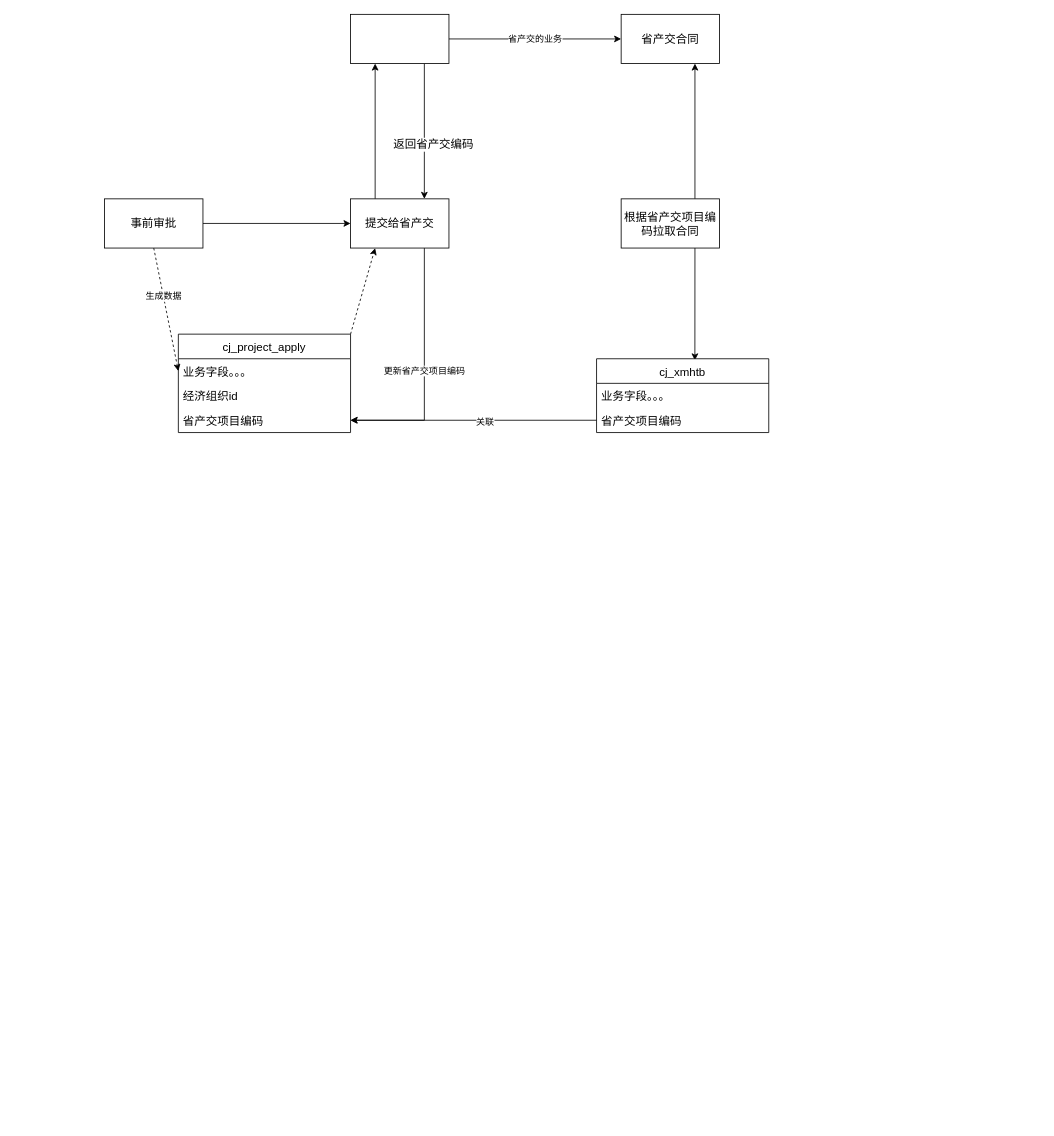
Before: 123图.drawio in k525056857/mfr, a draw.io diagram. Source tidied: cells renumbered, new cells numbered last; positions are measured from the earlier drawing's top-left corner, leaving out a move shared by most shapes. Both pictures are drawn from the tidied source at 82%, with x=0, y=0 at pixel (104, 14).
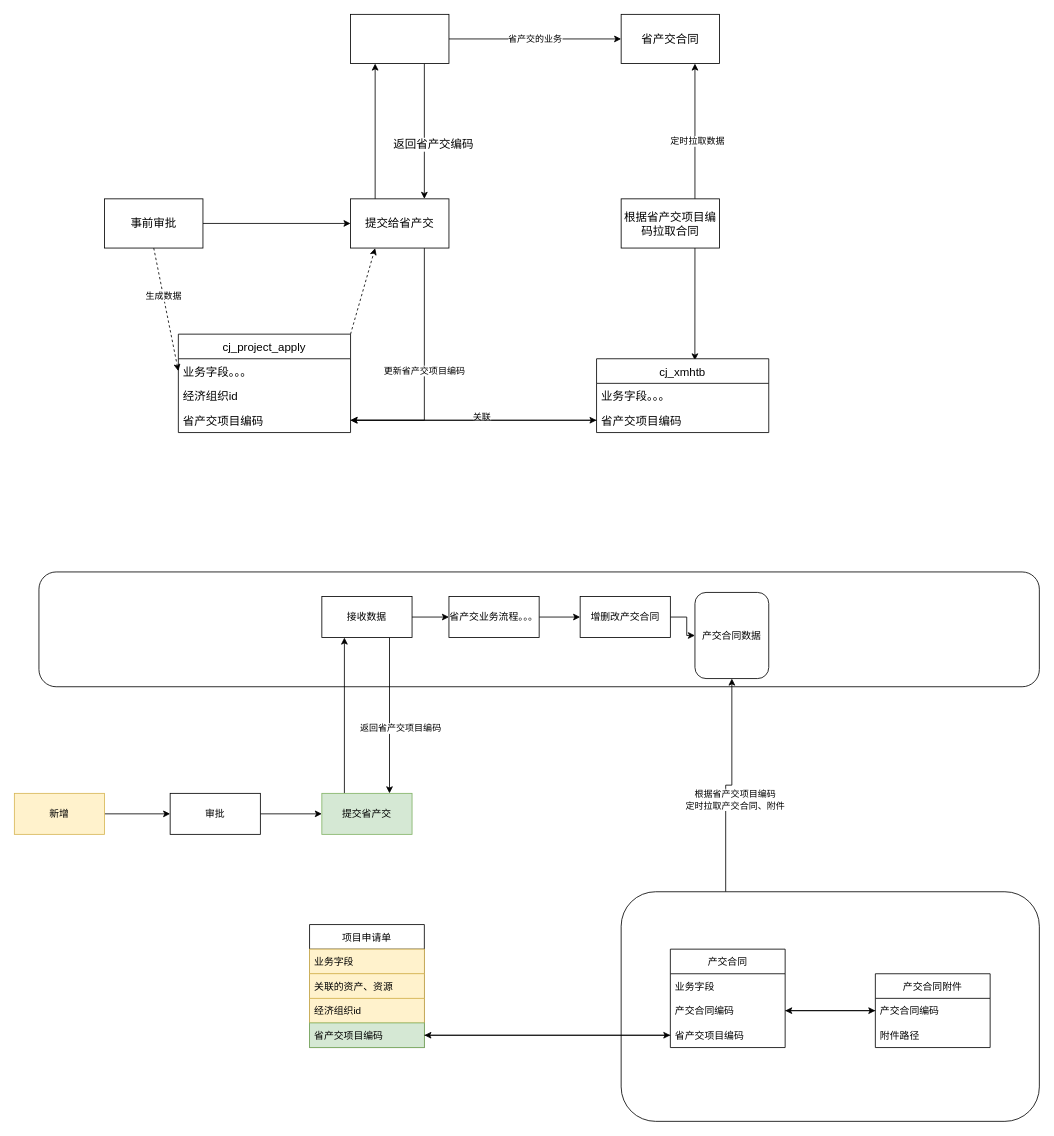
Above is the later version.

The change refers to these unchanged cells:
```xml
<mxCell id="17" value="省产交项目编码" style="text;strokeColor=none;fillColor=none;align=left;verticalAlign=middle;spacingLeft=4;spacingRight=4;overflow=hidden;points=[[0,0.5],[1,0.5]];portConstraint=eastwest;fontSize=14;" parent="14" vertex="1">
  <mxGeometry y="90" width="210" height="30" as="geometry" />
</mxCell>
<mxCell id="18" style="edgeStyle=none;rounded=0;jettySize=auto;html=1;exitX=0.75;exitY=0;exitDx=0;exitDy=0;entryX=0.75;entryY=1;entryDx=0;entryDy=0;" parent="1" edge="1" source="20" target="21">
  <mxGeometry relative="1" as="geometry" />
</mxCell>
<mxCell id="24" value="省产交项目编码" style="text;strokeColor=none;fillColor=none;align=left;verticalAlign=middle;spacingLeft=4;spacingRight=4;overflow=hidden;points=[[0,0.5],[1,0.5]];portConstraint=eastwest;fontSize=14;" parent="22" vertex="1">
  <mxGeometry y="60" width="210" height="30" as="geometry" />
</mxCell>
<mxCell id="25" style="edgeStyle=none;rounded=0;jettySize=auto;html=1;exitX=0;exitY=0.5;exitDx=0;exitDy=0;entryX=1;entryY=0.5;entryDx=0;entryDy=0;" parent="1" edge="1" source="24" target="17">
  <mxGeometry relative="1" as="geometry" />
</mxCell>
```

Change to the diagram source:
```diff
@@
+    <mxCell id="27" style="rounded=1;whiteSpace=wrap;html=1;" parent="1" vertex="1">
+      <mxGeometry x="-80" y="680" width="1220" height="140" as="geometry" />
+    </mxCell>
+    <mxCell id="28" style="edgeStyle=orthogonalEdgeStyle;rounded=0;jettySize=auto;html=1;exitX=0.25;exitY=0;exitDx=0;exitDy=0;" parent="1" edge="1" source="30" target="63">
+      <mxGeometry relative="1" as="geometry" />
+    </mxCell>
+    <mxCell id="29" value="根据省产交项目编码&lt;br&gt;定时拉取产交合同、附件" style="edgeLabel;html=1;align=center;verticalAlign=middle;" parent="28" vertex="1">
+      <mxGeometry x="0.12" y="1" relative="1" as="geometry">
+        <mxPoint x="4" y="30" as="offset" />
+      </mxGeometry>
+    </mxCell>
+    <mxCell id="30" style="rounded=1;whiteSpace=wrap;html=1;" parent="1" vertex="1">
+      <mxGeometry x="630" y="1070" width="510" height="280" as="geometry" />
+    </mxCell>
@@
+    <mxCell id="31" value="定时拉取数据" style="edgeLabel;html=1;align=center;verticalAlign=middle;" parent="18" vertex="1">
+      <mxGeometry x="-0.14" y="-2" relative="1" as="geometry" />
+    </mxCell>
@@
     <mxCell id="26" value="关联" style="edgeLabel;html=1;align=center;verticalAlign=middle;" parent="25" vertex="1">
-      <mxGeometry x="-0.09" y="1" relative="1" as="geometry" />
+      <mxGeometry x="-0.09" y="1" relative="1" as="geometry">
+        <mxPoint x="-4" y="-6" as="offset" />
+      </mxGeometry>
     </mxCell>
+    <mxCell id="32" style="edgeStyle=orthogonalEdgeStyle;rounded=0;jettySize=auto;html=1;exitX=1;exitY=0.5;exitDx=0;exitDy=0;entryX=0;entryY=0.5;entryDx=0;entryDy=0;" parent="1" edge="1" source="17" target="24">
+      <mxGeometry relative="1" as="geometry" />
+    </mxCell>
+    <mxCell id="33" value="项目申请单" style="swimlane;fontStyle=0;horizontal=1;startSize=30;" parent="1" vertex="1">
+      <mxGeometry x="250" y="1110" width="140" height="150" as="geometry" />
+    </mxCell>
+    <mxCell id="34" value="业务字段" style="text;strokeColor=#d6b656;fillColor=#fff2cc;align=left;verticalAlign=middle;spacingLeft=4;spacingRight=4;overflow=hidden;" parent="33" vertex="1">
+      <mxGeometry y="30" width="140" height="30" as="geometry" />
+    </mxCell>
+    <mxCell id="35" value="关联的资产、资源" style="text;strokeColor=#d6b656;fillColor=#fff2cc;align=left;verticalAlign=middle;spacingLeft=4;spacingRight=4;overflow=hidden;" parent="33" vertex="1">
+      <mxGeometry y="60" width="140" height="30" as="geometry" />
+    </mxCell>
+    <mxCell id="36" value="经济组织id" style="text;strokeColor=#d6b656;fillColor=#fff2cc;align=left;verticalAlign=middle;spacingLeft=4;spacingRight=4;overflow=hidden;" parent="33" vertex="1">
+      <mxGeometry y="90" width="140" height="30" as="geometry" />
+    </mxCell>
+    <mxCell id="37" value="省产交项目编码" style="text;strokeColor=#82b366;fillColor=#d5e8d4;align=left;verticalAlign=middle;spacingLeft=4;spacingRight=4;overflow=hidden;points=[[0,0.5],[1,0.5]];portConstraint=eastwest;" parent="33" vertex="1">
+      <mxGeometry y="120" width="140" height="30" as="geometry" />
+    </mxCell>
+    <mxCell id="38" value="产交合同" style="swimlane;fontStyle=0;horizontal=1;startSize=30;" parent="1" vertex="1">
+      <mxGeometry x="690" y="1140" width="140" height="120" as="geometry" />
+    </mxCell>
+    <mxCell id="39" value="业务字段" style="text;strokeColor=none;fillColor=none;align=left;verticalAlign=middle;spacingLeft=4;spacingRight=4;overflow=hidden;" parent="38" vertex="1">
+      <mxGeometry y="30" width="140" height="30" as="geometry" />
+    </mxCell>
+    <mxCell id="40" value="产交合同编码" style="text;strokeColor=none;fillColor=none;align=left;verticalAlign=middle;spacingLeft=4;spacingRight=4;overflow=hidden;points=[[0,0.5],[1,0.5]];portConstraint=eastwest;" parent="38" vertex="1">
+      <mxGeometry y="60" width="140" height="30" as="geometry" />
+    </mxCell>
+    <mxCell id="41" value="省产交项目编码" style="text;strokeColor=none;fillColor=none;align=left;verticalAlign=middle;spacingLeft=4;spacingRight=4;overflow=hidden;points=[[0,0.5],[1,0.5]];portConstraint=eastwest;" parent="38" vertex="1">
+      <mxGeometry y="90" width="140" height="30" as="geometry" />
+    </mxCell>
+    <mxCell id="42" value="产交合同附件" style="swimlane;fontStyle=0;horizontal=1;startSize=30;" parent="1" vertex="1">
+      <mxGeometry x="940" y="1170" width="140" height="90" as="geometry" />
+    </mxCell>
+    <mxCell id="43" value="产交合同编码" style="text;strokeColor=none;fillColor=none;align=left;verticalAlign=middle;spacingLeft=4;spacingRight=4;overflow=hidden;points=[[0,0.5],[1,0.5]];portConstraint=eastwest;" parent="42" vertex="1">
+      <mxGeometry y="30" width="140" height="30" as="geometry" />
+    </mxCell>
+    <mxCell id="44" value="附件路径" style="text;strokeColor=none;fillColor=none;align=left;verticalAlign=middle;spacingLeft=4;spacingRight=4;overflow=hidden;" parent="42" vertex="1">
+      <mxGeometry y="60" width="140" height="30" as="geometry" />
+    </mxCell>
+    <mxCell id="45" style="edgeStyle=orthogonalEdgeStyle;rounded=0;jettySize=auto;html=1;exitX=1;exitY=0.5;exitDx=0;exitDy=0;entryX=0;entryY=0.5;entryDx=0;entryDy=0;" parent="1" edge="1" source="40" target="43">
+      <mxGeometry relative="1" as="geometry" />
+    </mxCell>
+    <mxCell id="46" style="edgeStyle=orthogonalEdgeStyle;rounded=0;jettySize=auto;html=1;exitX=1;exitY=0.5;exitDx=0;exitDy=0;" parent="1" edge="1" source="37" target="41">
+      <mxGeometry relative="1" as="geometry" />
+    </mxCell>
+    <mxCell id="47" style="edgeStyle=orthogonalEdgeStyle;rounded=0;jettySize=auto;html=1;exitX=0;exitY=0.5;exitDx=0;exitDy=0;" parent="1" edge="1" source="41" target="37">
+      <mxGeometry relative="1" as="geometry" />
+    </mxCell>
+    <mxCell id="48" style="edgeStyle=orthogonalEdgeStyle;rounded=0;jettySize=auto;html=1;exitX=0;exitY=0.5;exitDx=0;exitDy=0;entryX=1;entryY=0.5;entryDx=0;entryDy=0;" parent="1" edge="1" source="43" target="40">
+      <mxGeometry relative="1" as="geometry" />
+    </mxCell>
+    <mxCell id="49" style="edgeStyle=orthogonalEdgeStyle;rounded=0;jettySize=auto;html=1;" parent="1" edge="1" source="50" target="52">
+      <mxGeometry relative="1" as="geometry" />
+    </mxCell>
+    <mxCell id="50" value="新增" style="rounded=0;whiteSpace=wrap;html=1;fillColor=#fff2cc;strokeColor=#d6b656;" parent="1" vertex="1">
+      <mxGeometry x="-110" y="950" width="110" height="50" as="geometry" />
+    </mxCell>
+    <mxCell id="51" style="edgeStyle=orthogonalEdgeStyle;rounded=0;jettySize=auto;html=1;" parent="1" edge="1" source="52" target="54">
+      <mxGeometry relative="1" as="geometry" />
+    </mxCell>
+    <mxCell id="52" value="审批" style="rounded=0;whiteSpace=wrap;html=1;" parent="1" vertex="1">
+      <mxGeometry x="80" y="950" width="110" height="50" as="geometry" />
+    </mxCell>
+    <mxCell id="53" style="edgeStyle=orthogonalEdgeStyle;rounded=0;jettySize=auto;html=1;exitX=0.25;exitY=0;exitDx=0;exitDy=0;entryX=0.25;entryY=1;entryDx=0;entryDy=0;" parent="1" edge="1" source="54" target="58">
+      <mxGeometry relative="1" as="geometry" />
+    </mxCell>
+    <mxCell id="54" value="提交省产交" style="rounded=0;whiteSpace=wrap;html=1;fillColor=#d5e8d4;strokeColor=#82b366;" parent="1" vertex="1">
+      <mxGeometry x="265" y="950" width="110" height="50" as="geometry" />
+    </mxCell>
+    <mxCell id="55" style="edgeStyle=orthogonalEdgeStyle;rounded=0;jettySize=auto;html=1;exitX=0.75;exitY=1;exitDx=0;exitDy=0;entryX=0.75;entryY=0;entryDx=0;entryDy=0;" parent="1" edge="1" source="58" target="54">
+      <mxGeometry relative="1" as="geometry" />
+    </mxCell>
+    <mxCell id="56" value="返回省产交项目编码" style="edgeLabel;html=1;align=center;verticalAlign=middle;" parent="55" vertex="1">
+      <mxGeometry x="0.28" y="1" relative="1" as="geometry">
+        <mxPoint x="12" y="-12" as="offset" />
+      </mxGeometry>
+    </mxCell>
+    <mxCell id="57" style="edgeStyle=orthogonalEdgeStyle;rounded=0;jettySize=auto;html=1;exitX=1;exitY=0.5;exitDx=0;exitDy=0;entryX=0;entryY=0.5;entryDx=0;entryDy=0;" parent="1" edge="1" source="58" target="60">
+      <mxGeometry relative="1" as="geometry" />
+    </mxCell>
+    <mxCell id="58" value="接收数据" style="rounded=0;whiteSpace=wrap;html=1;" parent="1" vertex="1">
+      <mxGeometry x="265" y="710" width="110" height="50" as="geometry" />
+    </mxCell>
+    <mxCell id="59" style="edgeStyle=orthogonalEdgeStyle;rounded=0;jettySize=auto;html=1;exitX=1;exitY=0.5;exitDx=0;exitDy=0;entryX=0;entryY=0.5;entryDx=0;entryDy=0;" parent="1" edge="1" source="60" target="62">
+      <mxGeometry relative="1" as="geometry" />
+    </mxCell>
+    <mxCell id="60" value="省产交业务流程。。。" style="rounded=0;whiteSpace=wrap;html=1;" parent="1" vertex="1">
+      <mxGeometry x="420" y="710" width="110" height="50" as="geometry" />
+    </mxCell>
+    <mxCell id="61" style="edgeStyle=orthogonalEdgeStyle;rounded=0;jettySize=auto;html=1;exitX=1;exitY=0.5;exitDx=0;exitDy=0;" parent="1" edge="1" source="62" target="63">
+      <mxGeometry relative="1" as="geometry" />
+    </mxCell>
+    <mxCell id="62" value="增删改产交合同" style="rounded=0;whiteSpace=wrap;html=1;" parent="1" vertex="1">
+      <mxGeometry x="580" y="710" width="110" height="50" as="geometry" />
+    </mxCell>
+    <mxCell id="63" value="产交合同数据" style="rounded=1;whiteSpace=wrap;html=1;" parent="1" vertex="1">
+      <mxGeometry x="720" y="705" width="90" height="105" as="geometry" />
+    </mxCell>
```
